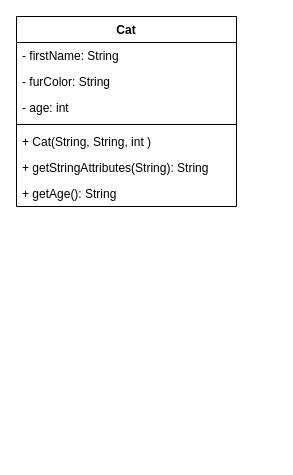
Earlier version of the draw.io diagram page "Cat" (1 of 2) of klassendiagramm.drawio (benni-bit/02d_Klassen_Objekte_III). Source tidied: cells renumbered, new cells numbered last; positions are measured from the earlier drawing's top-left corner, leaving out a move shared by most shapes. Both pictures are drawn from the tidied source at 100%, with x=0, y=0 at pixel (16, 16).
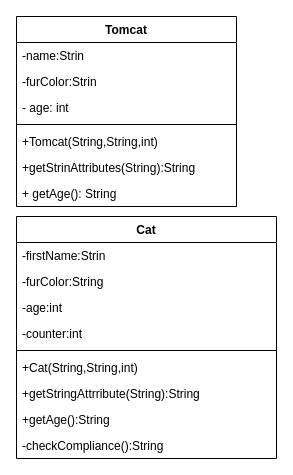
The same diagram, later.

Commit message (it also covers changes not shown here):
1./Cat()/Tomcat()

What changed in the source:
```diff
@@
 <mxGraphModel>
   <root>
     <mxCell id="0" />
     <mxCell id="1" parent="0" />
-    <mxCell id="2" value="Cat" style="swimlane;fontStyle=1;align=center;verticalAlign=top;horizontal=1;startSize=26;" parent="1" vertex="1">
+    <mxCell id="2" value="Tomcat" style="swimlane;fontStyle=1;align=center;verticalAlign=top;horizontal=1;startSize=26;" parent="1" vertex="1">
       <mxGeometry width="220" height="190" as="geometry" />
     </mxCell>
-    <mxCell id="3" value="- firstName: String" style="text;strokeColor=none;fillColor=none;align=left;verticalAlign=top;spacingLeft=4;spacingRight=4;overflow=hidden;" parent="2" vertex="1">
+    <mxCell id="3" value="-name:Strin" style="text;strokeColor=none;fillColor=none;align=left;verticalAlign=top;spacingLeft=4;spacingRight=4;overflow=hidden;" parent="2" vertex="1">
       <mxGeometry y="26" width="220" height="26" as="geometry" />
     </mxCell>
-    <mxCell id="4" value="- furColor: String" style="text;strokeColor=none;fillColor=none;align=left;verticalAlign=top;spacingLeft=4;spacingRight=4;overflow=hidden;" parent="2" vertex="1">
+    <mxCell id="4" value="-furColor:Strin" style="text;strokeColor=none;fillColor=none;align=left;verticalAlign=top;spacingLeft=4;spacingRight=4;overflow=hidden;" parent="2" vertex="1">
       <mxGeometry y="52" width="220" height="26" as="geometry" />
     </mxCell>
     <mxCell id="5" value="- age: int" style="text;strokeColor=none;fillColor=none;align=left;verticalAlign=top;spacingLeft=4;spacingRight=4;overflow=hidden;" parent="2" vertex="1">
       <mxGeometry y="78" width="220" height="26" as="geometry" />
     </mxCell>
     <mxCell id="6" style="line;strokeWidth=1;fillColor=none;align=left;verticalAlign=middle;spacingTop=-1;spacingLeft=3;spacingRight=3;labelPosition=right;strokeColor=inherit;" parent="2" vertex="1">
       <mxGeometry y="104" width="220" height="8" as="geometry" />
     </mxCell>
-    <mxCell id="7" value="+ Cat(String, String, int )" style="text;strokeColor=none;fillColor=none;align=left;verticalAlign=top;spacingLeft=4;spacingRight=4;overflow=hidden;" parent="2" vertex="1">
+    <mxCell id="7" value="+Tomcat(String,String,int)" style="text;strokeColor=none;fillColor=none;align=left;verticalAlign=top;spacingLeft=4;spacingRight=4;overflow=hidden;" parent="2" vertex="1">
       <mxGeometry y="112" width="220" height="26" as="geometry" />
     </mxCell>
-    <mxCell id="8" value="+ getStringAttributes(String): String" style="text;strokeColor=none;fillColor=none;align=left;verticalAlign=top;spacingLeft=4;spacingRight=4;overflow=hidden;" parent="2" vertex="1">
+    <mxCell id="8" value="+getStrinAttributes(String):String" style="text;strokeColor=none;fillColor=none;align=left;verticalAlign=top;spacingLeft=4;spacingRight=4;overflow=hidden;" parent="2" vertex="1">
       <mxGeometry y="138" width="220" height="26" as="geometry" />
     </mxCell>
     <mxCell id="9" value="+ getAge(): String" style="text;strokeColor=none;fillColor=none;align=left;verticalAlign=top;spacingLeft=4;spacingRight=4;overflow=hidden;" parent="2" vertex="1">
       <mxGeometry y="164" width="220" height="26" as="geometry" />
     </mxCell>
+    <mxCell id="10" value="Cat" style="swimlane;fontStyle=1;align=center;verticalAlign=top;horizontal=1;startSize=26;" parent="1" vertex="1">
+      <mxGeometry y="200" width="260" height="242" as="geometry" />
+    </mxCell>
+    <mxCell id="11" value="-firstName:Strin" style="text;strokeColor=none;fillColor=none;align=left;verticalAlign=top;spacingLeft=4;spacingRight=4;overflow=hidden;" parent="10" vertex="1">
+      <mxGeometry y="26" width="260" height="26" as="geometry" />
+    </mxCell>
+    <mxCell id="12" value="-furColor:String" style="text;strokeColor=none;fillColor=none;align=left;verticalAlign=top;spacingLeft=4;spacingRight=4;overflow=hidden;" parent="10" vertex="1">
+      <mxGeometry y="52" width="260" height="26" as="geometry" />
+    </mxCell>
+    <mxCell id="13" value="-age:int" style="text;strokeColor=none;fillColor=none;align=left;verticalAlign=top;spacingLeft=4;spacingRight=4;overflow=hidden;" parent="10" vertex="1">
+      <mxGeometry y="78" width="260" height="26" as="geometry" />
+    </mxCell>
+    <mxCell id="14" value="-counter:int" style="text;strokeColor=none;fillColor=none;align=left;verticalAlign=top;spacingLeft=4;spacingRight=4;overflow=hidden;" parent="10" vertex="1">
+      <mxGeometry y="104" width="260" height="26" as="geometry" />
+    </mxCell>
+    <mxCell id="15" style="line;strokeWidth=1;fillColor=none;align=left;verticalAlign=middle;spacingTop=-1;spacingLeft=3;spacingRight=3;labelPosition=right;strokeColor=inherit;" parent="10" vertex="1">
+      <mxGeometry y="130" width="260" height="8" as="geometry" />
+    </mxCell>
+    <mxCell id="16" value="+Cat(String,String,int)" style="text;strokeColor=none;fillColor=none;align=left;verticalAlign=top;spacingLeft=4;spacingRight=4;overflow=hidden;" parent="10" vertex="1">
+      <mxGeometry y="138" width="260" height="26" as="geometry" />
+    </mxCell>
+    <mxCell id="17" value="+getStringAttrribute(String):String" style="text;strokeColor=none;fillColor=none;align=left;verticalAlign=top;spacingLeft=4;spacingRight=4;overflow=hidden;" parent="10" vertex="1">
+      <mxGeometry y="164" width="260" height="26" as="geometry" />
+    </mxCell>
+    <mxCell id="18" value="+getAge():String" style="text;strokeColor=none;fillColor=none;align=left;verticalAlign=top;spacingLeft=4;spacingRight=4;overflow=hidden;" parent="10" vertex="1">
+      <mxGeometry y="190" width="260" height="26" as="geometry" />
+    </mxCell>
+    <mxCell id="19" value="-checkCompliance():String" style="text;strokeColor=none;fillColor=none;align=left;verticalAlign=top;spacingLeft=4;spacingRight=4;overflow=hidden;" parent="10" vertex="1">
+      <mxGeometry y="216" width="260" height="26" as="geometry" />
+    </mxCell>
   </root>
 </mxGraphModel>
```
